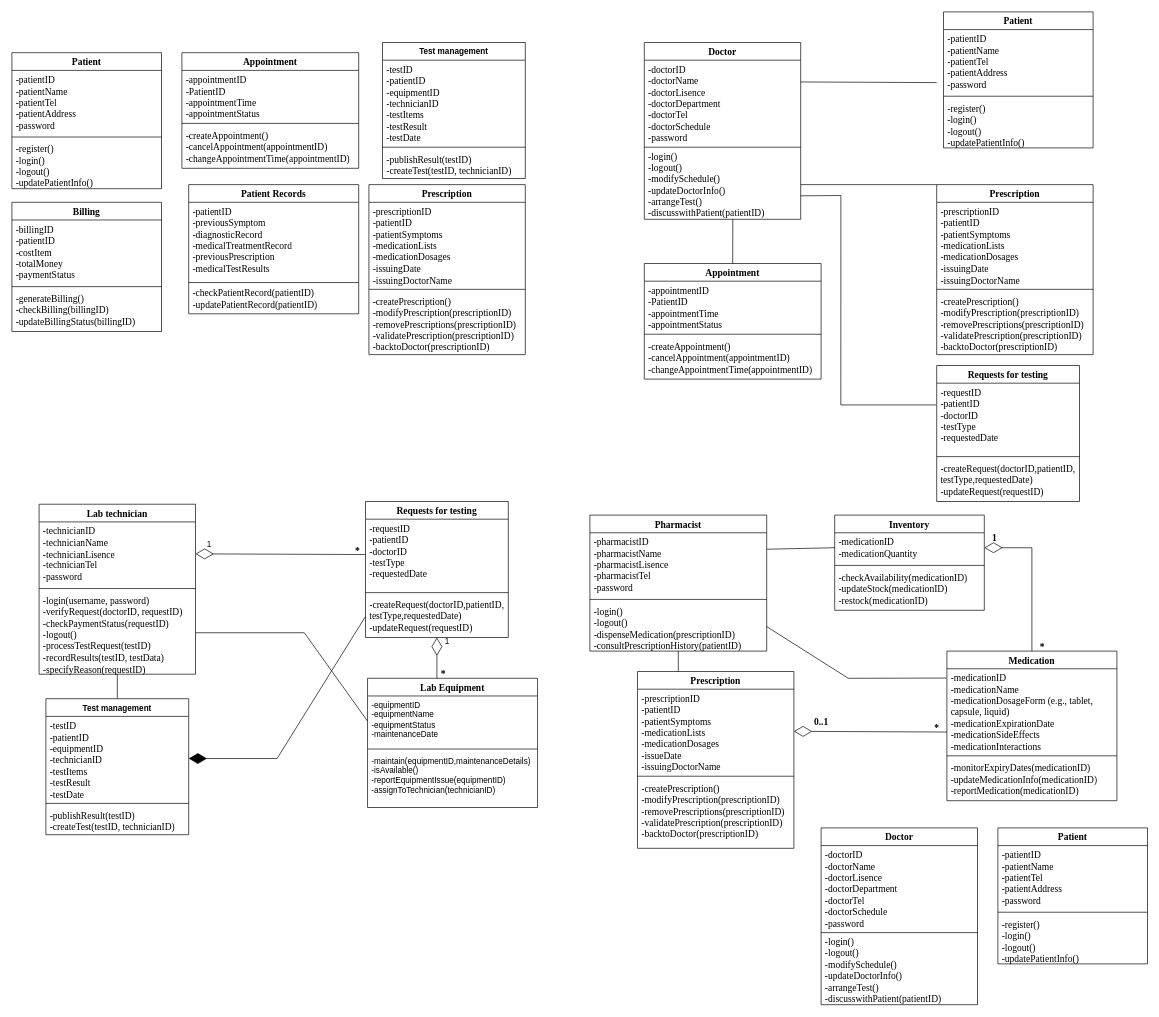
Earlier version of the draw.io diagram Class Diagram.drawio (FOMOKN/Software-Engineering). Source tidied: cells renumbered, new cells numbered last; positions are measured from the earlier drawing's top-left corner, leaving out a move shared by most shapes. Both pictures are drawn from the tidied source at 68%, with x=0, y=0 at pixel (12, 12).
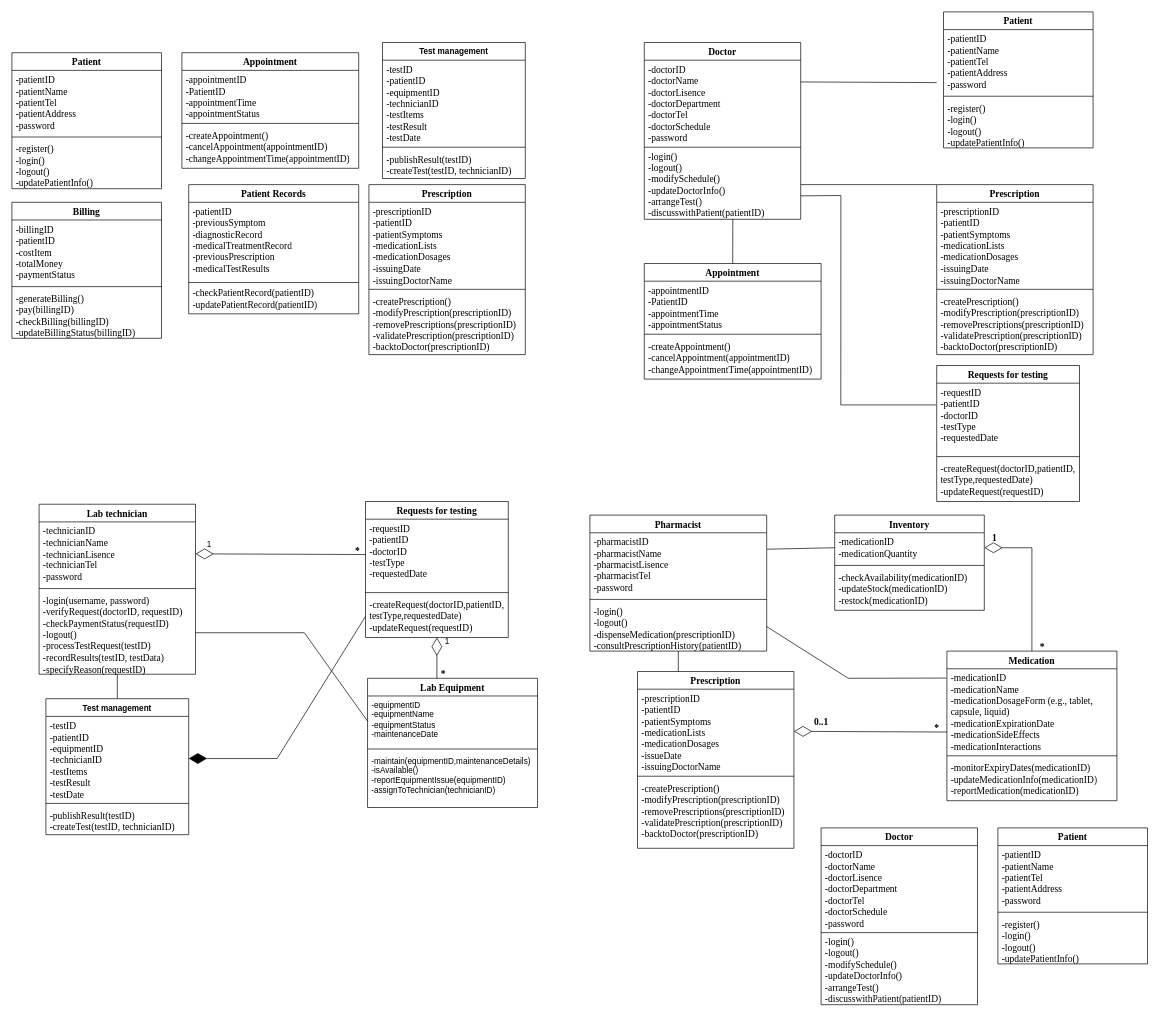
The same page after the edit.

Change to the diagram source:
```diff
@@
     <mxCell id="84" value="&lt;font style=&quot;font-size: 14px;&quot; face=&quot;Times New Roman&quot;&gt;Billing&lt;/font&gt;" style="swimlane;fontStyle=1;align=center;verticalAlign=top;horizontal=1;startSize=26;whiteSpace=wrap;html=1;" parent="1" vertex="1">
-      <mxGeometry y="280" width="220" height="190" as="geometry" />
+      <mxGeometry y="280" width="220" height="200" as="geometry" />
     </mxCell>
@@
-    <mxCell id="87" value="-generateBilling()&lt;br style=&quot;font-size: 14px;&quot;&gt;-checkBilling(billingID)&lt;br style=&quot;font-size: 14px;&quot;&gt;-updateBillingStatus(billingID)" style="text;strokeColor=none;fillColor=none;align=left;verticalAlign=top;spacingLeft=4;spacingRight=4;overflow=hidden;whiteSpace=wrap;html=1;fontFamily=Times New Roman;fontSize=14;" parent="84" vertex="1">
-      <mxGeometry y="128" width="220" height="62" as="geometry" />
+    <mxCell id="87" value="-generateBilling()&lt;br&gt;-pay(billingID)&lt;br style=&quot;font-size: 14px;&quot;&gt;-checkBilling(billingID)&lt;br style=&quot;font-size: 14px;&quot;&gt;-updateBillingStatus(billingID)" style="text;strokeColor=none;fillColor=none;align=left;verticalAlign=top;spacingLeft=4;spacingRight=4;overflow=hidden;whiteSpace=wrap;html=1;fontFamily=Times New Roman;fontSize=14;" parent="84" vertex="1">
+      <mxGeometry y="128" width="220" height="72" as="geometry" />
     </mxCell>
```
